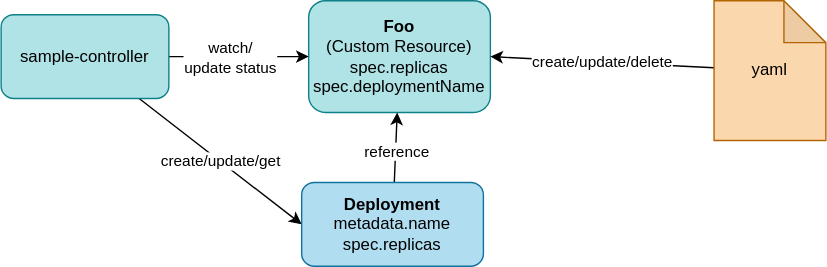
nakamasato/sample-controller keeps this draw.io diagram as docs/content/sample-controller.drawio.svg. Above is the earlier version. Source tidied: cells renumbered, new cells last; positions are measured from the earlier drawing's top-left corner, leaving out a move shared by most shapes.
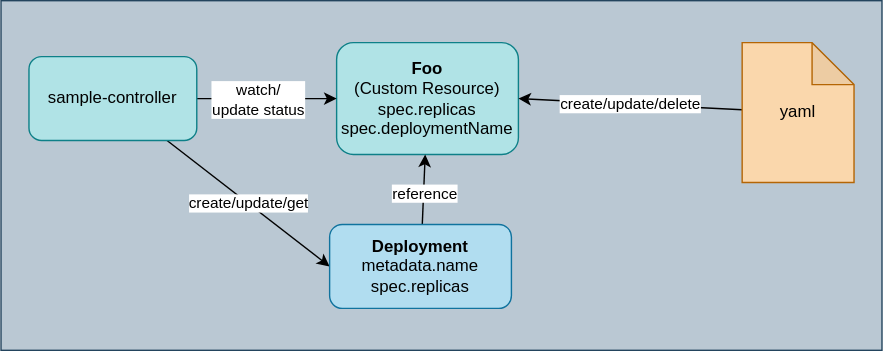
Above is the later version.

Change to the diagram source:
```diff
@@ -2,6 +2,9 @@
   <root>
     <mxCell id="0" />
     <mxCell id="1" parent="0" />
+    <mxCell id="12" style="rounded=0;whiteSpace=wrap;html=1;fillColor=#bac8d3;strokeColor=#23445d;" parent="1" vertex="1">
+      <mxGeometry x="-20" y="-30" width="630" height="250" as="geometry" />
+    </mxCell>
     <mxCell id="2" value="&lt;b&gt;Foo&lt;/b&gt;&lt;br&gt;(Custom Resource)&lt;br&gt;spec.replicas&lt;br&gt;spec.deploymentName" style="rounded=1;whiteSpace=wrap;html=1;fillColor=#b0e3e6;strokeColor=#0e8088;" parent="1" vertex="1">
       <mxGeometry x="220" width="130" height="80" as="geometry" />
     </mxCell>
```
